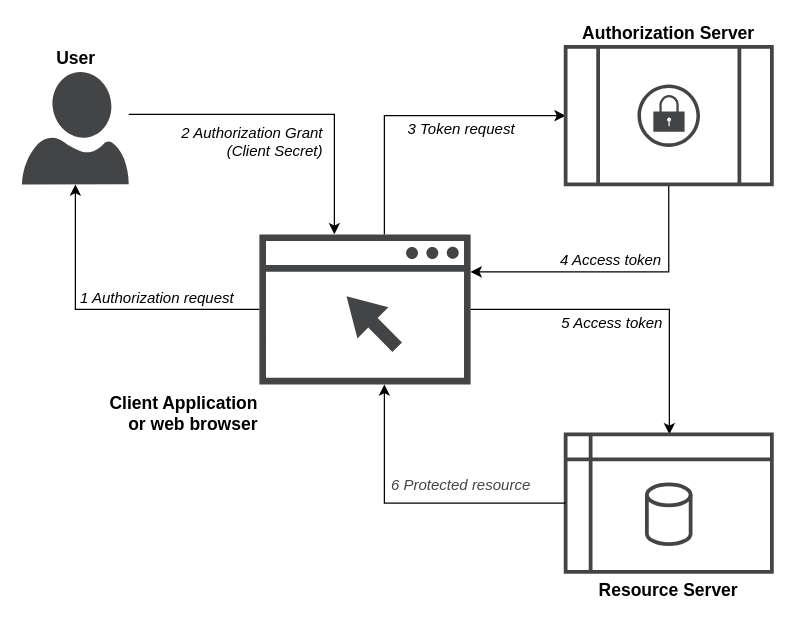
This is page "Abstract_Authorization_Code_Flow" (2 of 2) of Werkgroep_Concepten/OAuth.drawio from Logius-standaarden/OAuth-NL_Vergaderstukken, a draw.io file, before an edit. Source tidied: cells renumbered, new cells numbered last; positions are measured from the earlier drawing's top-left corner, leaving out a move shared by most shapes. Both pictures are drawn from the tidied source at 125%, with x=0, y=0 at pixel (21, 46).
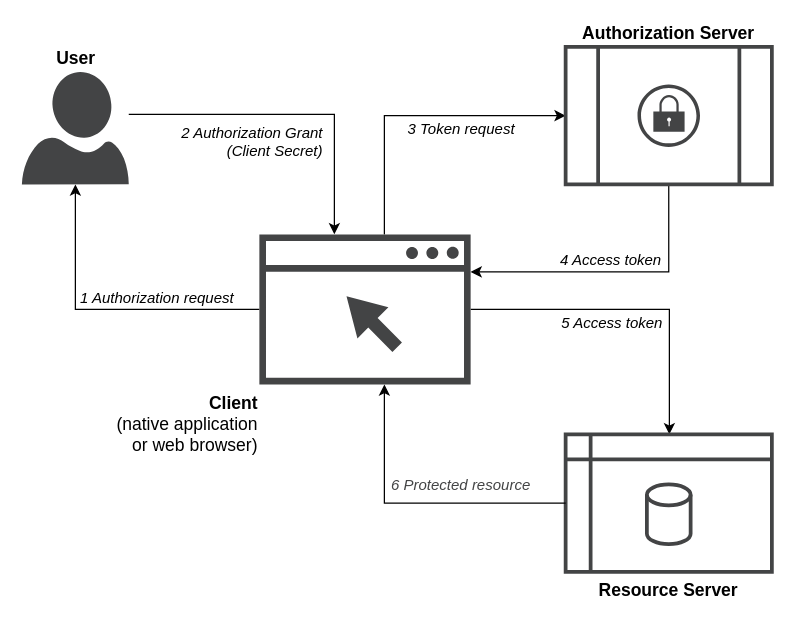
Above is the later version.

What changed in the source:
```diff
@@
-    <mxCell id="11" value="Client Application&lt;br&gt;&amp;nbsp;or web browser" style="sketch=0;shadow=0;dashed=0;html=1;strokeColor=none;fillColor=#434445;labelPosition=left;verticalLabelPosition=bottom;verticalAlign=top;align=right;outlineConnect=0;shape=mxgraph.vvd.web_browser;fontSize=14;fontStyle=1;" parent="1" vertex="1">
+    <mxCell id="11" value="Client &lt;br&gt;&lt;span style=&quot;font-weight: normal&quot;&gt;(native application&lt;br&gt;&amp;nbsp;or web browser)&lt;/span&gt;" style="sketch=0;shadow=0;dashed=0;html=1;strokeColor=none;fillColor=#434445;labelPosition=left;verticalLabelPosition=bottom;verticalAlign=top;align=right;outlineConnect=0;shape=mxgraph.vvd.web_browser;fontSize=14;fontStyle=1;" parent="1" vertex="1">
       <mxGeometry x="190" y="150" width="169" height="120" as="geometry" />
     </mxCell>
```
